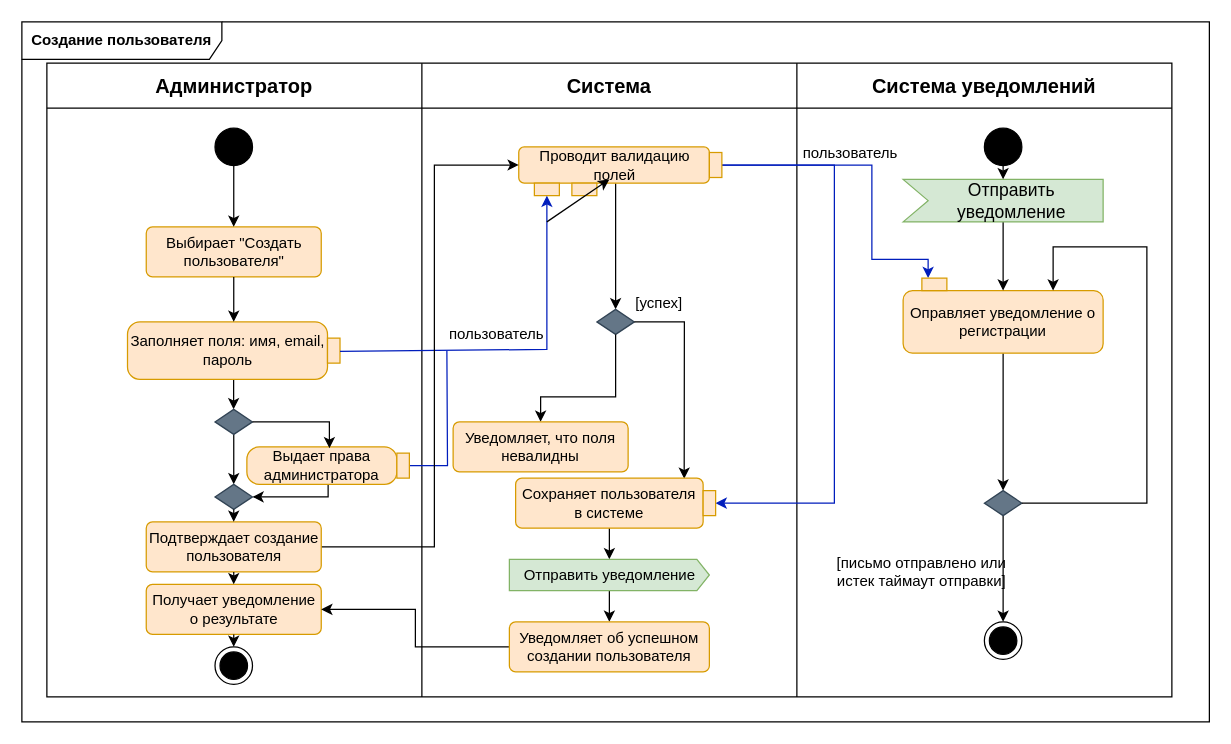
Before: docs/raw_diagrams/create_user.drawio in aVorotnikov/thunder_board, a draw.io diagram. Source tidied: cells renumbered, new cells numbered last; positions are measured from the earlier drawing's top-left corner, leaving out a move shared by most shapes. Both pictures are drawn from the tidied source at 125%, with x=0, y=0 at pixel (21, 21).
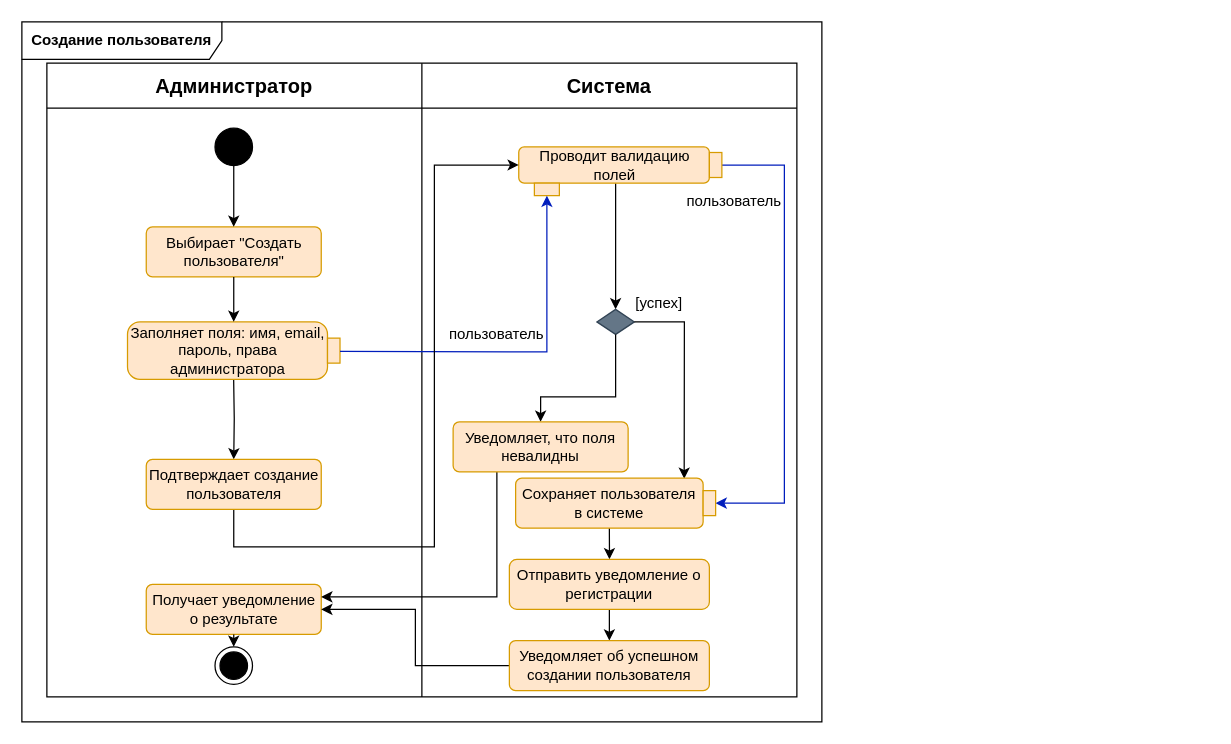
The same diagram, later.

Commit message:
Перенос диаграммы

Unchanged cells that the change refers to:
```xml
<mxCell id="18" style="rounded=0;whiteSpace=wrap;html=1;fillColor=#ffe6cc;strokeColor=#d79b00;" parent="2" vertex="1">
  <mxGeometry x="410" y="129" width="20" height="10" as="geometry" />
</mxCell>
<mxCell id="44" style="rounded=0;whiteSpace=wrap;html=1;fillColor=#ffe6cc;strokeColor=#d79b00;rotation=-90;" parent="2" vertex="1">
  <mxGeometry x="545" y="109.5" width="20" height="10" as="geometry" />
</mxCell>
<mxCell id="58" value="Получает уведомление о результате" style="html=1;align=center;verticalAlign=middle;rounded=1;absoluteArcSize=1;arcSize=10;dashed=0;whiteSpace=wrap;fillColor=#ffe6cc;strokeColor=#d79b00;" parent="2" vertex="1">
  <mxGeometry x="99.5" y="450" width="140" height="40" as="geometry" />
</mxCell>
<mxCell id="62" value="Уведомляет, что поля невалидны" style="html=1;align=center;verticalAlign=middle;rounded=1;absoluteArcSize=1;arcSize=10;dashed=0;whiteSpace=wrap;fillColor=#ffe6cc;strokeColor=#d79b00;" parent="2" vertex="1">
  <mxGeometry x="345" y="320" width="140" height="40" as="geometry" />
</mxCell>
<mxCell id="66" style="rounded=0;whiteSpace=wrap;html=1;fillColor=#ffe6cc;strokeColor=#d79b00;rotation=-90;" parent="2" vertex="1">
  <mxGeometry x="540" y="380" width="20" height="10" as="geometry" />
</mxCell>
```

Change to the diagram source:
```diff
@@
     <mxCell id="2" value="&lt;b&gt;Создание пользователя&lt;br&gt;&lt;/b&gt;" style="shape=umlFrame;whiteSpace=wrap;html=1;width=160;" parent="1" vertex="1">
-      <mxGeometry width="950" height="560" as="geometry" />
+      <mxGeometry width="640" height="560" as="geometry" />
     </mxCell>
     <mxCell id="3" style="shape=table;startSize=0;childLayout=tableLayout;fontSize=16;" parent="2" vertex="1">
-      <mxGeometry x="20" y="33" width="900" height="507" as="geometry" />
+      <mxGeometry x="20" y="33" width="600" height="507" as="geometry" />
     </mxCell>
     <mxCell id="4" style="shape=tableRow;horizontal=0;startSize=0;swimlaneHead=0;swimlaneBody=0;strokeColor=inherit;top=0;left=0;bottom=0;right=0;fillColor=none;fontSize=16;" parent="3" vertex="1">
-      <mxGeometry width="900" height="36" as="geometry" />
+      <mxGeometry width="600" height="36" as="geometry" />
     </mxCell>
@@
-    <mxCell id="7" value="&lt;b&gt;Система уведомлений&lt;/b&gt;" style="shape=partialRectangle;html=1;whiteSpace=wrap;strokeColor=inherit;overflow=hidden;fillColor=none;top=0;left=0;bottom=0;right=0;fontSize=16;" parent="4" vertex="1">
-      <mxGeometry x="600" width="300" height="36" as="geometry" />
-    </mxCell>
     <mxCell id="8" style="shape=tableRow;horizontal=0;startSize=0;swimlaneHead=0;swimlaneBody=0;strokeColor=inherit;top=0;left=0;bottom=0;right=0;fillColor=none;fontSize=16;" parent="3" vertex="1">
-      <mxGeometry y="36" width="900" height="471" as="geometry" />
+      <mxGeometry y="36" width="600" height="471" as="geometry" />
     </mxCell>
@@
-    <mxCell id="11" style="shape=partialRectangle;html=1;whiteSpace=wrap;strokeColor=inherit;overflow=hidden;fillColor=none;top=0;left=0;bottom=0;right=0;fontSize=16;" parent="8" vertex="1">
-      <mxGeometry x="600" width="300" height="471" as="geometry" />
-    </mxCell>
@@
-    <mxCell id="14" style="edgeStyle=orthogonalEdgeStyle;rounded=0;orthogonalLoop=1;jettySize=auto;html=1;" parent="2" edge="1">
+    <mxCell id="14" style="edgeStyle=orthogonalEdgeStyle;rounded=0;jettySize=auto;html=1;entryX=0.5;entryY=0;entryDx=0;entryDy=0;" parent="2" edge="1" target="57">
       <mxGeometry relative="1" as="geometry">
         <mxPoint x="169.4" y="284.2" as="sourcePoint" />
-        <mxPoint x="169.4" y="310" as="targetPoint" />
-        <Array as="points">
-          <mxPoint x="169.4" y="289.7" />
-          <mxPoint x="169.4" y="289.7" />
-        </Array>
       </mxGeometry>
     </mxCell>
-    <mxCell id="15" value="Заполняет поля: имя, email, пароль" style="shape=mxgraph.uml25.action;html=1;align=center;verticalAlign=middle;absoluteArcSize=1;arcSize=10;dashed=0;spacingRight=10;whiteSpace=wrap;fillColor=#ffe6cc;strokeColor=#d79b00;" parent="2" vertex="1">
+    <mxCell id="15" value="Заполняет поля: имя, email, пароль, права администратора" style="shape=mxgraph.uml25.action;html=1;align=center;verticalAlign=middle;absoluteArcSize=1;arcSize=10;dashed=0;spacingRight=10;whiteSpace=wrap;fillColor=#ffe6cc;strokeColor=#d79b00;" parent="2" vertex="1">
       <mxGeometry x="84.5" y="240" width="170" height="46" as="geometry" />
     </mxCell>
@@
     <mxCell id="19" style="endArrow=classic;html=1;rounded=0;entryX=0.5;entryY=1;entryDx=0;entryDy=0;exitX=1;exitY=0.514;exitDx=0;exitDy=0;exitPerimeter=0;fillColor=#0050ef;strokeColor=#001DBC;" parent="2" edge="1" source="15" target="18">
       <mxGeometry relative="1" as="geometry">
         <Array as="points">
-          <mxPoint x="420" y="262" />
+          <mxPoint x="420" y="264" />
         </Array>
       </mxGeometry>
     </mxCell>
-    <mxCell id="20" style="edgeStyle=orthogonalEdgeStyle;rounded=0;jettySize=auto;html=1;" parent="2" edge="1" target="22">
+    <mxCell id="20" style="edgeStyle=orthogonalEdgeStyle;rounded=0;orthogonalLoop=1;jettySize=auto;html=1;" parent="2" edge="1">
       <mxGeometry relative="1" as="geometry">
         <mxPoint x="470" y="400" as="sourcePoint" />
+        <mxPoint x="470.1" y="430" as="targetPoint" />
         <Array as="points">
           <mxPoint x="470" y="410" />
           <mxPoint x="470" y="410" />
         </Array>
       </mxGeometry>
     </mxCell>
-    <mxCell id="21" style="edgeStyle=orthogonalEdgeStyle;rounded=0;jettySize=auto;html=1;" parent="2" edge="1" source="22" target="65">
-      <mxGeometry relative="1" as="geometry" />
-    </mxCell>
-    <mxCell id="22" value="Отправить уведомление" style="html=1;shadow=0;dashed=0;align=center;verticalAlign=middle;shape=mxgraph.arrows2.arrow;dy=0;dx=10;notch=0;fillColor=#d5e8d4;strokeColor=#82b366;" parent="2" vertex="1">
-      <mxGeometry x="390" y="430" width="160" height="25" as="geometry" />
-    </mxCell>
@@
-    <mxCell id="25" style="edgeStyle=orthogonalEdgeStyle;rounded=0;jettySize=auto;html=1;" parent="2" edge="1" source="26" target="30">
-      <mxGeometry relative="1" as="geometry" />
-    </mxCell>
+    <mxCell id="67" style="edgeStyle=orthogonalEdgeStyle;rounded=0;jettySize=auto;html=1;entryX=0.5;entryY=0;entryDx=0;entryDy=0;" parent="2" edge="1" source="26" target="65">
+      <mxGeometry relative="1" as="geometry" />
+    </mxCell>
-    <mxCell id="26" value="Оправляет уведомление о регистрации" style="rounded=1;whiteSpace=wrap;html=1;fillColor=#ffe6cc;strokeColor=#d79b00;" parent="2" vertex="1">
-      <mxGeometry x="705" y="215" width="160" height="50" as="geometry" />
+    <mxCell id="26" value="Отправить уведомление о регистрации" style="rounded=1;whiteSpace=wrap;html=1;fillColor=#ffe6cc;strokeColor=#d79b00;" parent="2" vertex="1">
+      <mxGeometry x="390" y="430" width="160" height="40" as="geometry" />
     </mxCell>
@@
-    <mxCell id="29" style="edgeStyle=orthogonalEdgeStyle;rounded=0;jettySize=auto;html=1;" parent="2" edge="1" source="30" target="54">
-      <mxGeometry relative="1" as="geometry" />
-    </mxCell>
-    <mxCell id="30" style="rhombus;whiteSpace=wrap;html=1;fillColor=#647687;fontColor=#ffffff;strokeColor=#314354;" parent="2" vertex="1">
-      <mxGeometry x="770" y="375" width="30" height="20" as="geometry" />
-    </mxCell>
-    <mxCell id="31" style="edgeStyle=orthogonalEdgeStyle;rounded=0;jettySize=auto;html=1;entryX=0.75;entryY=0;entryDx=0;entryDy=0;" parent="2" edge="1" source="30" target="26">
-      <mxGeometry relative="1" as="geometry">
-        <Array as="points">
-          <mxPoint x="900" y="385" />
-          <mxPoint x="900" y="180" />
-          <mxPoint x="825" y="180" />
-        </Array>
-      </mxGeometry>
-    </mxCell>
-    <mxCell id="32" value="[письмо отправлено или истек таймаут отправки]" style="text;html=1;strokeColor=none;fillColor=none;align=center;verticalAlign=middle;whiteSpace=wrap;rounded=0;" parent="2" vertex="1">
-      <mxGeometry x="650" y="425" width="140" height="30" as="geometry" />
-    </mxCell>
-    <mxCell id="33" style="edgeStyle=orthogonalEdgeStyle;rounded=0;jettySize=auto;html=1;" parent="2" edge="1" source="34" target="40">
-      <mxGeometry relative="1" as="geometry" />
-    </mxCell>
-    <mxCell id="34" style="rhombus;whiteSpace=wrap;html=1;fillColor=#647687;fontColor=#ffffff;strokeColor=#314354;" parent="2" vertex="1">
-      <mxGeometry x="154.5" y="310" width="30" height="20" as="geometry" />
-    </mxCell>
-    <mxCell id="35" style="edgeStyle=orthogonalEdgeStyle;rounded=0;jettySize=auto;html=1;entryX=1;entryY=0.5;entryDx=0;entryDy=0;" parent="2" edge="1" source="37" target="40">
-      <mxGeometry relative="1" as="geometry">
-        <Array as="points">
-          <mxPoint x="245" y="380" />
-        </Array>
-      </mxGeometry>
-    </mxCell>
-    <mxCell id="36" style="edgeStyle=orthogonalEdgeStyle;rounded=0;jettySize=auto;html=1;endArrow=none;endFill=0;fillColor=#0050ef;strokeColor=#001DBC;" parent="2" edge="1" source="37">
-      <mxGeometry relative="1" as="geometry">
-        <mxPoint x="340" y="263" as="targetPoint" />
-      </mxGeometry>
-    </mxCell>
-    <mxCell id="37" value="Выдает права администратора" style="shape=mxgraph.uml25.action;html=1;align=center;verticalAlign=middle;absoluteArcSize=1;arcSize=10;dashed=0;spacingRight=10;whiteSpace=wrap;fillColor=#ffe6cc;strokeColor=#d79b00;" parent="2" vertex="1">
-      <mxGeometry x="180" y="340" width="130" height="30" as="geometry" />
-    </mxCell>
-    <mxCell id="38" style="edgeStyle=orthogonalEdgeStyle;rounded=0;jettySize=auto;html=1;entryX=0.508;entryY=0.036;entryDx=0;entryDy=0;entryPerimeter=0;" parent="2" edge="1" source="34" target="37">
-      <mxGeometry relative="1" as="geometry">
-        <Array as="points">
-          <mxPoint x="246" y="320" />
-        </Array>
-      </mxGeometry>
-    </mxCell>
-    <mxCell id="39" style="rounded=0;whiteSpace=wrap;html=1;fillColor=#ffe6cc;strokeColor=#d79b00;rotation=0;" parent="2" vertex="1">
-      <mxGeometry x="440" y="129" width="20" height="10" as="geometry" />
-    </mxCell>
-    <mxCell id="40" style="rhombus;whiteSpace=wrap;html=1;fillColor=#647687;fontColor=#ffffff;strokeColor=#314354;" parent="2" vertex="1">
-      <mxGeometry x="154.5" y="370" width="30" height="20" as="geometry" />
-    </mxCell>
@@
-    <mxCell id="42" style="edgeStyle=orthogonalEdgeStyle;rounded=0;jettySize=auto;html=1;entryX=0.25;entryY=0;entryDx=0;entryDy=0;fillColor=#0050ef;strokeColor=#001DBC;" parent="2" edge="1" source="44" target="45">
-      <mxGeometry relative="1" as="geometry">
-        <Array as="points">
-          <mxPoint x="680" y="115" />
-          <mxPoint x="680" y="190" />
-          <mxPoint x="725" y="190" />
-        </Array>
-      </mxGeometry>
-    </mxCell>
     <mxCell id="43" style="edgeStyle=orthogonalEdgeStyle;rounded=0;jettySize=auto;html=1;entryX=0.5;entryY=1;entryDx=0;entryDy=0;fillColor=#0050ef;strokeColor=#001DBC;" parent="2" edge="1" source="44" target="66">
       <mxGeometry relative="1" as="geometry">
         <Array as="points">
-          <mxPoint x="650" y="114" />
-          <mxPoint x="650" y="385" />
+          <mxPoint x="610" y="114" />
+          <mxPoint x="610" y="385" />
         </Array>
       </mxGeometry>
     </mxCell>
@@
-    <mxCell id="45" style="rounded=0;whiteSpace=wrap;html=1;fillColor=#ffe6cc;strokeColor=#d79b00;" parent="2" vertex="1">
-      <mxGeometry x="720" y="205" width="20" height="10" as="geometry" />
-    </mxCell>
     <mxCell id="46" value="пользователь" style="text;html=1;strokeColor=none;fillColor=none;align=center;verticalAlign=middle;whiteSpace=wrap;rounded=0;" parent="2" vertex="1">
-      <mxGeometry x="633" y="89.5" width="60" height="30" as="geometry" />
+      <mxGeometry x="540" y="129" width="60" height="30" as="geometry" />
     </mxCell>
@@
-    <mxCell id="50" style="endArrow=classic;html=1;rounded=0;exitX=0.5;exitY=1;exitDx=0;exitDy=0;entryX=0;entryY=0;entryDx=75;entryDy=0;entryPerimeter=0;" parent="2" edge="1">
-      <mxGeometry relative="1" as="geometry">
-        <mxPoint x="420" y="160" as="sourcePoint" />
-        <mxPoint x="470" y="126" as="targetPoint" />
-      </mxGeometry>
-    </mxCell>
-    <mxCell id="51" style="ellipse;fillColor=strokeColor;html=1;" parent="2" vertex="1">
-      <mxGeometry x="770" y="85" width="30" height="30" as="geometry" />
-    </mxCell>
-    <mxCell id="52" style="edgeStyle=orthogonalEdgeStyle;rounded=0;jettySize=auto;html=1;entryX=0.5;entryY=0;entryDx=0;entryDy=0;" parent="2" edge="1" source="53" target="26">
-      <mxGeometry relative="1" as="geometry" />
-    </mxCell>
-    <mxCell id="53" value="Отправить уведомление" style="html=1;shape=mxgraph.infographic.ribbonSimple;notch1=20;notch2=0;align=center;verticalAlign=middle;fontSize=14;fontStyle=0;fillColor=#d5e8d4;flipH=0;spacingRight=0;spacingLeft=14;whiteSpace=wrap;strokeColor=#82b366;" parent="2" vertex="1">
-      <mxGeometry x="705" y="126" width="160" height="34" as="geometry" />
-    </mxCell>
-    <mxCell id="54" style="ellipse;html=1;shape=endState;fillColor=strokeColor;" parent="2" vertex="1">
-      <mxGeometry x="770" y="480" width="30" height="30" as="geometry" />
-    </mxCell>
-    <mxCell id="55" style="endArrow=classic;html=1;rounded=0;exitX=0.5;exitY=1;exitDx=0;exitDy=0;entryX=0;entryY=0;entryDx=80;entryDy=0;entryPerimeter=0;" parent="2" edge="1" source="51" target="53">
-      <mxGeometry relative="1" as="geometry" />
-    </mxCell>
@@
     <mxCell id="57" value="Подтверждает создание пользователя" style="html=1;align=center;verticalAlign=middle;rounded=1;absoluteArcSize=1;arcSize=10;dashed=0;whiteSpace=wrap;fillColor=#ffe6cc;strokeColor=#d79b00;" parent="2" vertex="1">
-      <mxGeometry x="99.5" y="400" width="140" height="40" as="geometry" />
+      <mxGeometry x="99.5" y="350" width="140" height="40" as="geometry" />
     </mxCell>
@@
-    <mxCell id="59" style="endArrow=classic;html=1;rounded=0;exitX=0.5;exitY=1;exitDx=0;exitDy=0;entryX=0.5;entryY=0;entryDx=0;entryDy=0;" parent="2" edge="1" source="40" target="57">
-      <mxGeometry relative="1" as="geometry" />
-    </mxCell>
-    <mxCell id="60" style="endArrow=classic;html=1;rounded=0;exitX=0.5;exitY=1;exitDx=0;exitDy=0;entryX=0.5;entryY=0;entryDx=0;entryDy=0;" parent="2" edge="1" source="57" target="58">
-      <mxGeometry relative="1" as="geometry" />
-    </mxCell>
@@
+    <mxCell id="68" style="edgeStyle=orthogonalEdgeStyle;rounded=0;jettySize=auto;html=1;exitX=0.25;exitY=1;exitDx=0;exitDy=0;entryX=1;entryY=0.25;entryDx=0;entryDy=0;" parent="2" edge="1" source="62" target="58">
+      <mxGeometry relative="1" as="geometry" />
+    </mxCell>
@@
     <mxCell id="65" value="Уведомляет об успешном создании пользователя" style="html=1;align=center;verticalAlign=middle;rounded=1;absoluteArcSize=1;arcSize=10;dashed=0;whiteSpace=wrap;fillColor=#ffe6cc;strokeColor=#d79b00;" parent="2" vertex="1">
-      <mxGeometry x="390" y="480" width="160" height="40" as="geometry" />
+      <mxGeometry x="390" y="495" width="160" height="40" as="geometry" />
     </mxCell>
```
